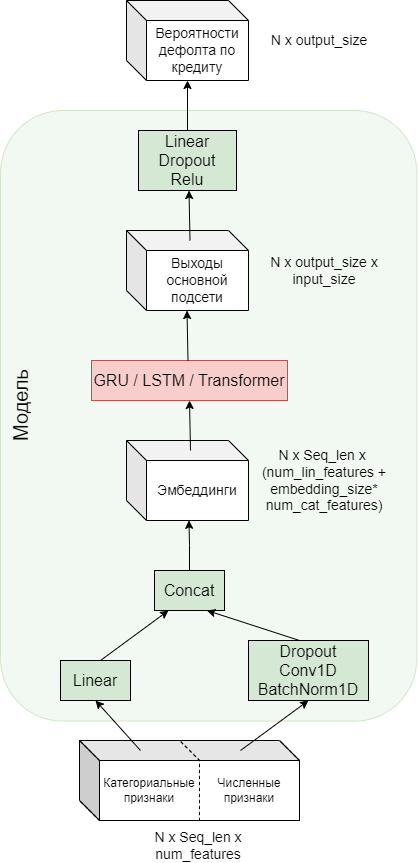
The draw.io diagram diplom_graphs/model.png in DenDiv/draw_io_graphs, before a commit. Source tidied: cells renumbered, new cells last; positions are measured from the earlier drawing's top-left corner, leaving out a move shared by most shapes.
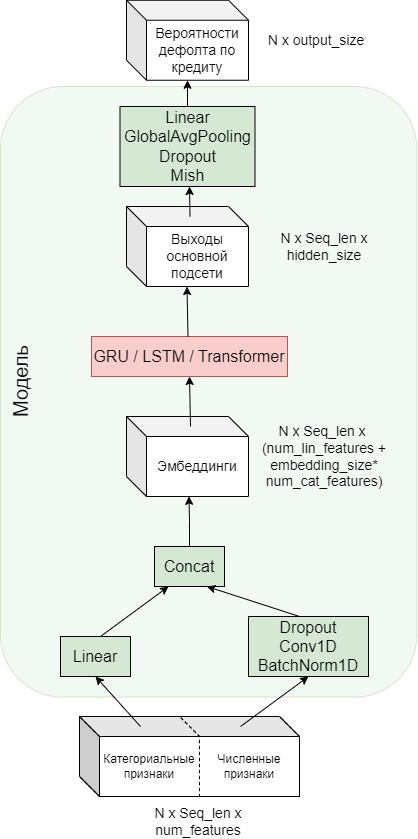
Above is the later version.

The edit, as a diff of the source:
```diff
@@ -53,7 +53,7 @@
         <mxPoint x="309" y="640" as="sourcePoint" />
       </mxGeometry>
     </mxCell>
-    <mxCell id="16" value="N x Seq_len x&amp;nbsp;&lt;br&gt;(num_lin_features + embedding_size* num_cat_features)" style="text;html=1;strokeColor=none;fillColor=none;align=center;verticalAlign=middle;whiteSpace=wrap;rounded=0;fontSize=14;" parent="1" vertex="1">
+    <mxCell id="16" value="N x Seq_len x&amp;nbsp;&lt;br&gt;(num_lin_features +&lt;br&gt;embedding_size*&lt;br&gt;num_cat_features)" style="text;html=1;strokeColor=none;fillColor=none;align=center;verticalAlign=middle;whiteSpace=wrap;rounded=0;fontSize=14;" parent="1" vertex="1">
       <mxGeometry x="268" y="447.5" width="132" height="65" as="geometry" />
     </mxCell>
     <mxCell id="17" value="GRU / LSTM / Transformer" style="rounded=0;whiteSpace=wrap;html=1;shadow=0;glass=0;sketch=0;fillStyle=auto;fontSize=16;fillColor=#f8cecc;strokeColor=#b85450;" parent="1" vertex="1">
@@ -73,26 +73,26 @@
         <mxPoint x="196.5" y="310" as="targetPoint" />
       </mxGeometry>
     </mxCell>
-    <mxCell id="21" value="N x output_size x&lt;br&gt;input_size" style="text;html=1;strokeColor=none;fillColor=none;align=center;verticalAlign=middle;whiteSpace=wrap;rounded=0;fontSize=14;" parent="1" vertex="1">
+    <mxCell id="21" value="N x Seq_len x&lt;br&gt;hidden_size" style="text;html=1;strokeColor=none;fillColor=none;align=center;verticalAlign=middle;whiteSpace=wrap;rounded=0;fontSize=14;" parent="1" vertex="1">
       <mxGeometry x="273" y="253.8" width="122" height="32.5" as="geometry" />
     </mxCell>
     <mxCell id="22" style="edgeStyle=orthogonalEdgeStyle;rounded=0;jettySize=auto;html=1;exitX=0.5;exitY=0;exitDx=0;exitDy=0;strokeColor=#000000;fontSize=12;fontColor=none;startArrow=none;startFill=0;endArrow=classic;endFill=1;" parent="1" edge="1" source="23" target="25">
       <mxGeometry relative="1" as="geometry" />
     </mxCell>
-    <mxCell id="23" value="Linear&lt;br&gt;Dropout&lt;br&gt;Relu" style="rounded=0;whiteSpace=wrap;html=1;shadow=0;glass=0;sketch=0;fillStyle=auto;fontSize=16;fillColor=#D5E8D4;gradientColor=none;" parent="1" vertex="1">
-      <mxGeometry x="148" y="130" width="98" height="60" as="geometry" />
+    <mxCell id="23" value="Linear&lt;br&gt;GlobalAvgPooling&lt;br&gt;Dropout&lt;br&gt;Mish" style="rounded=0;whiteSpace=wrap;html=1;shadow=0;glass=0;sketch=0;fillStyle=auto;fontSize=16;fillColor=#D5E8D4;gradientColor=none;" parent="1" vertex="1">
+      <mxGeometry x="129.5" y="130" width="135" height="80" as="geometry" />
     </mxCell>
-    <mxCell id="24" style="endArrow=classic;html=1;rounded=0;fontSize=16;entryX=0.5;entryY=1;entryDx=0;entryDy=0;strokeColor=#000000;startArrow=none;startFill=0;endFill=1;" parent="1" edge="1">
+    <mxCell id="24" style="endArrow=classic;html=1;rounded=0;fontSize=16;strokeColor=#000000;startArrow=none;startFill=0;endFill=1;" parent="1" edge="1">
       <mxGeometry relative="1" as="geometry">
         <mxPoint x="199.5" y="240" as="sourcePoint" />
-        <mxPoint x="198.5" y="190" as="targetPoint" />
+        <mxPoint x="199" y="210" as="targetPoint" />
       </mxGeometry>
     </mxCell>
     <mxCell id="25" value="Вероятности дефолта по кредиту" style="shape=cube;whiteSpace=wrap;html=1;boundedLbl=1;backgroundOutline=1;darkOpacity=0.05;darkOpacity2=0.1;fontSize=14;fillColor=default;" parent="1" vertex="1">
-      <mxGeometry x="136" width="122" height="80" as="geometry" />
+      <mxGeometry x="136" y="23.8" width="122" height="80" as="geometry" />
     </mxCell>
     <mxCell id="26" value="N x output_size" style="text;html=1;strokeColor=none;fillColor=none;align=center;verticalAlign=middle;whiteSpace=wrap;rounded=0;fontSize=14;" parent="1" vertex="1">
-      <mxGeometry x="268" y="23.8" width="122" height="32.5" as="geometry" />
+      <mxGeometry x="264.5" y="47.5" width="122" height="32.5" as="geometry" />
     </mxCell>
     <mxCell id="27" value="Модель" style="text;html=1;strokeColor=none;fillColor=none;align=center;verticalAlign=middle;whiteSpace=wrap;rounded=0;shadow=0;glass=0;sketch=0;fillStyle=auto;fontSize=20;fontColor=none;opacity=10;rotation=-90;" parent="1" vertex="1">
       <mxGeometry y="390" width="60" height="30" as="geometry" />
```
